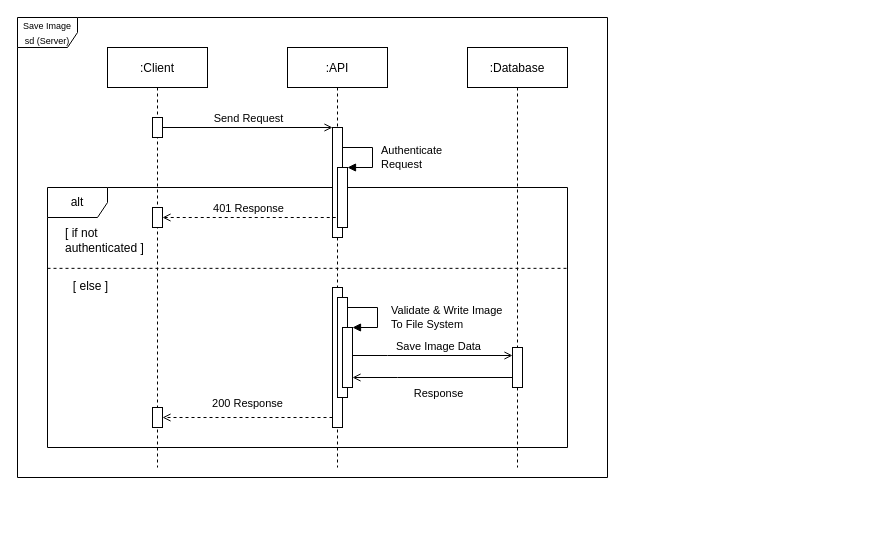
This is Project Docs/Diagrams/Save Image Sequence Diagrams/Server/Save Image Sequence Diagram (Server)(Source).drawio from jgalminas/nma, a draw.io file, before an edit. Source tidied: cells renumbered, new cells numbered last; positions are measured from the earlier drawing's top-left corner, leaving out a move shared by most shapes. Both pictures are drawn from the tidied source at 100%, with x=0, y=0 at pixel (17, 17).
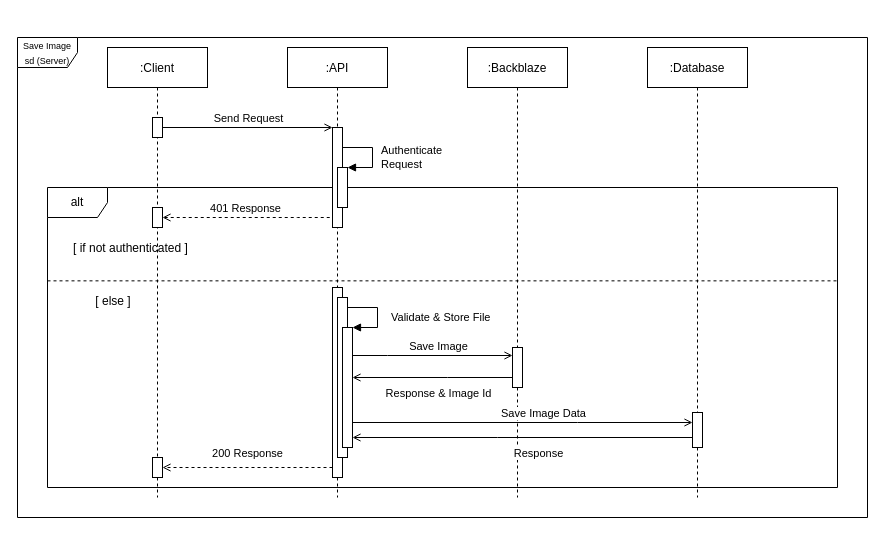
The same page after the edit.

Commit message (it also covers changes not shown here):
Removed unused files & updated Save Drawing sd (server)

Unchanged cells that the change refers to:
```xml
<mxCell id="9" style="points=[];perimeter=orthogonalPerimeter;rounded=0;shadow=0;strokeWidth=1;" parent="7" vertex="1">
  <mxGeometry x="45" y="160" width="10" height="20" as="geometry" />
</mxCell>
<mxCell id="25" style="edgeStyle=orthogonalEdgeStyle;rounded=0;orthogonalLoop=1;jettySize=auto;html=1;endArrow=open;endFill=0;" parent="1" edge="1">
  <mxGeometry relative="1" as="geometry">
    <mxPoint x="335" y="338" as="sourcePoint" />
    <mxPoint x="495" y="338" as="targetPoint" />
    <Array as="points">
      <mxPoint x="370" y="338" />
      <mxPoint x="370" y="338" />
    </Array>
  </mxGeometry>
</mxCell>
```

Diff of the diagram source:
```diff
@@
     <mxCell id="2" style="group;align=left;" parent="1" vertex="1">
-      <mxGeometry x="30" y="170" width="520" height="260" as="geometry" />
+      <mxGeometry x="30" y="170" width="790" height="300" as="geometry" />
     </mxCell>
     <mxCell id="3" style="line;strokeWidth=1;fillColor=none;align=left;verticalAlign=middle;spacingTop=-1;spacingLeft=3;spacingRight=3;labelPosition=right;dashed=1;" parent="2" vertex="1">
-      <mxGeometry y="77" width="520" height="7.7" as="geometry" />
+      <mxGeometry y="88.9" width="790" height="8.9" as="geometry" />
     </mxCell>
     <mxCell id="4" value="alt" style="shape=umlFrame;whiteSpace=wrap;html=1;" parent="2" vertex="1">
-      <mxGeometry width="520" height="260" as="geometry" />
+      <mxGeometry width="790" height="300" as="geometry" />
     </mxCell>
     <mxCell id="5" value="[ if not authenticated ]" style="text;html=1;strokeColor=none;fillColor=none;align=left;verticalAlign=middle;whiteSpace=wrap;rounded=0;dashed=1;" parent="2" vertex="1">
-      <mxGeometry x="16" y="38.5" width="84" height="28.9" as="geometry" />
+      <mxGeometry x="24.3" y="44.4" width="127.6" height="33.3" as="geometry" />
     </mxCell>
     <mxCell id="6" value="[ else ]" style="text;html=1;strokeColor=none;fillColor=none;align=center;verticalAlign=middle;whiteSpace=wrap;rounded=0;dashed=1;" parent="2" vertex="1">
-      <mxGeometry y="84.7" width="86.7" height="28.9" as="geometry" />
+      <mxGeometry y="97.8" width="131.7" height="33.3" as="geometry" />
     </mxCell>
     <mxCell id="7" value=":Client" style="shape=umlLifeline;perimeter=lifelinePerimeter;rounded=0;shadow=0;strokeWidth=1;" parent="1" vertex="1">
-      <mxGeometry x="90" y="30" width="100" height="420" as="geometry" />
+      <mxGeometry x="90" y="30" width="100" height="450" as="geometry" />
     </mxCell>
@@
     <mxCell id="10" style="points=[];perimeter=orthogonalPerimeter;rounded=0;shadow=0;strokeWidth=1;" parent="7" vertex="1">
-      <mxGeometry x="45" y="360" width="10" height="20" as="geometry" />
+      <mxGeometry x="45" y="410" width="10" height="20" as="geometry" />
     </mxCell>
     <mxCell id="11" value=":API" style="shape=umlLifeline;perimeter=lifelinePerimeter;rounded=0;shadow=0;strokeWidth=1;" parent="1" vertex="1">
-      <mxGeometry x="270" y="30" width="100" height="420" as="geometry" />
+      <mxGeometry x="270" y="30" width="100" height="450" as="geometry" />
     </mxCell>
     <mxCell id="12" style="points=[];perimeter=orthogonalPerimeter;rounded=0;shadow=0;strokeWidth=1;" parent="11" vertex="1">
-      <mxGeometry x="45" y="80" width="10" height="110" as="geometry" />
+      <mxGeometry x="45" y="80" width="10" height="100" as="geometry" />
     </mxCell>
     <mxCell id="13" style="html=1;points=[];perimeter=orthogonalPerimeter;" parent="11" vertex="1">
-      <mxGeometry x="50" y="120" width="10" height="60" as="geometry" />
+      <mxGeometry x="50" y="120" width="10" height="40" as="geometry" />
     </mxCell>
@@
     <mxCell id="15" style="html=1;points=[];perimeter=orthogonalPerimeter;align=left;" parent="11" vertex="1">
-      <mxGeometry x="45" y="240" width="10" height="140" as="geometry" />
+      <mxGeometry x="45" y="240" width="10" height="190" as="geometry" />
     </mxCell>
     <mxCell id="16" style="html=1;perimeter=orthogonalPerimeter;align=left;" parent="11" vertex="1">
-      <mxGeometry x="50" y="250" width="10" height="100" as="geometry" />
+      <mxGeometry x="50" y="250" width="10" height="160" as="geometry" />
     </mxCell>
     <mxCell id="17" style="html=1;points=[];perimeter=orthogonalPerimeter;align=left;" parent="11" vertex="1">
-      <mxGeometry x="55" y="280" width="10" height="60" as="geometry" />
+      <mxGeometry x="55" y="280" width="10" height="120" as="geometry" />
     </mxCell>
-    <mxCell id="18" value="Validate &amp;amp; Write Image&lt;br&gt;To File System" style="edgeStyle=orthogonalEdgeStyle;html=1;align=left;spacingLeft=2;endArrow=block;rounded=0;entryX=1;entryY=0;endFill=1;" parent="11" edge="1" target="17">
+    <mxCell id="18" value="Validate &amp;amp; Store File" style="edgeStyle=orthogonalEdgeStyle;html=1;align=left;spacingLeft=2;endArrow=block;rounded=0;entryX=1;entryY=0;endFill=1;" parent="11" edge="1" target="17">
       <mxGeometry x="0.07" y="10" relative="1" as="geometry">
         <mxPoint x="60" y="260" as="sourcePoint" />
         <Array as="points">
           <mxPoint x="90" y="260" />
         </Array>
       </mxGeometry>
     </mxCell>
@@
     <mxCell id="21" value=":Database" style="shape=umlLifeline;perimeter=lifelinePerimeter;rounded=0;shadow=0;strokeWidth=1;" parent="1" vertex="1">
-      <mxGeometry x="450" y="30" width="100" height="420" as="geometry" />
+      <mxGeometry x="630" y="30" width="100" height="450" as="geometry" />
     </mxCell>
     <mxCell id="22" style="points=[];perimeter=orthogonalPerimeter;rounded=0;shadow=0;strokeWidth=1;" parent="21" vertex="1">
-      <mxGeometry x="45" y="300" width="10" height="40" as="geometry" />
+      <mxGeometry x="45" y="365" width="10" height="35" as="geometry" />
     </mxCell>
-    <mxCell id="23" style="edgeStyle=orthogonalEdgeStyle;rounded=0;jettySize=auto;html=1;endArrow=none;endFill=0;startArrow=open;startFill=0;dashed=1;" parent="1" edge="1" source="9" target="13">
+    <mxCell id="23" style="edgeStyle=orthogonalEdgeStyle;rounded=0;jettySize=auto;html=1;endArrow=none;endFill=0;startArrow=open;startFill=0;dashed=1;" parent="1" edge="1" source="9" target="12">
       <mxGeometry relative="1" as="geometry">
         <Array as="points">
-          <mxPoint x="290" y="200" />
-          <mxPoint x="290" y="200" />
+          <mxPoint x="280" y="200" />
+          <mxPoint x="280" y="200" />
         </Array>
       </mxGeometry>
     </mxCell>
@@
-    <mxCell id="26" value="Save Image Data" style="edgeLabel;html=1;align=center;verticalAlign=middle;" parent="25" vertex="1">
+    <mxCell id="26" value="Save Image" style="edgeLabel;html=1;align=center;verticalAlign=middle;" parent="25" vertex="1">
       <mxGeometry x="0.17" relative="1" as="geometry">
         <mxPoint x="-8.1" y="-10" as="offset" />
       </mxGeometry>
     </mxCell>
-    <mxCell id="27" style="edgeStyle=orthogonalEdgeStyle;rounded=0;jettySize=auto;html=1;endArrow=open;endFill=0;" parent="1" edge="1" source="22" target="17">
+    <mxCell id="27" style="edgeStyle=orthogonalEdgeStyle;rounded=0;jettySize=auto;html=1;endArrow=open;endFill=0;" parent="1" edge="1" source="33" target="17">
       <mxGeometry relative="1" as="geometry">
         <Array as="points">
-          <mxPoint x="380" y="360" />
-          <mxPoint x="380" y="360" />
+          <mxPoint x="430" y="360" />
+          <mxPoint x="430" y="360" />
         </Array>
       </mxGeometry>
     </mxCell>
-    <mxCell id="28" value="Response" style="edgeLabel;html=1;align=center;verticalAlign=middle;" parent="27" vertex="1">
+    <mxCell id="28" value="Response &amp;amp; Image Id" style="edgeLabel;html=1;align=center;verticalAlign=middle;" parent="27" vertex="1">
       <mxGeometry x="-0.11" y="1" relative="1" as="geometry">
         <mxPoint x="-3.3" y="14" as="offset" />
       </mxGeometry>
     </mxCell>
     <mxCell id="29" style="edgeStyle=orthogonalEdgeStyle;rounded=0;jettySize=auto;html=1;endArrow=open;endFill=0;dashed=1;" parent="1" edge="1" source="15" target="10">
       <mxGeometry relative="1" as="geometry">
         <Array as="points">
-          <mxPoint x="280" y="400" />
-          <mxPoint x="280" y="400" />
+          <mxPoint x="210" y="450" />
+          <mxPoint x="210" y="450" />
         </Array>
       </mxGeometry>
     </mxCell>
@@
     <mxCell id="31" value="&lt;font style=&quot;font-size: 9px&quot;&gt;Save Image sd (Server)&lt;/font&gt;" style="shape=umlFrame;whiteSpace=wrap;html=1;" parent="1" vertex="1">
-      <mxGeometry width="590" height="460" as="geometry" />
+      <mxGeometry y="20" width="850" height="480" as="geometry" />
     </mxCell>
+    <mxCell id="32" value=":Backblaze" style="shape=umlLifeline;perimeter=lifelinePerimeter;rounded=0;shadow=0;strokeWidth=1;" parent="1" vertex="1">
+      <mxGeometry x="450" y="30" width="100" height="450" as="geometry" />
+    </mxCell>
+    <mxCell id="33" style="points=[];perimeter=orthogonalPerimeter;rounded=0;shadow=0;strokeWidth=1;" parent="32" vertex="1">
+      <mxGeometry x="45" y="300" width="10" height="40" as="geometry" />
+    </mxCell>
+    <mxCell id="34" style="edgeStyle=orthogonalEdgeStyle;rounded=0;jettySize=auto;html=1;endArrow=open;endFill=0;" parent="1" edge="1" source="17" target="22">
+      <mxGeometry relative="1" as="geometry">
+        <Array as="points">
+          <mxPoint x="560" y="405" />
+          <mxPoint x="560" y="405" />
+        </Array>
+      </mxGeometry>
+    </mxCell>
+    <mxCell id="35" value="Save Image Data" style="edgeLabel;html=1;align=center;verticalAlign=middle;" parent="34" vertex="1">
+      <mxGeometry x="0.17" relative="1" as="geometry">
+        <mxPoint x="-8.1" y="-10" as="offset" />
+      </mxGeometry>
+    </mxCell>
+    <mxCell id="36" style="edgeStyle=orthogonalEdgeStyle;rounded=0;jettySize=auto;html=1;endArrow=open;endFill=0;" parent="1" edge="1" source="22" target="17">
+      <mxGeometry relative="1" as="geometry">
+        <Array as="points">
+          <mxPoint x="480" y="420" />
+          <mxPoint x="480" y="420" />
+        </Array>
+      </mxGeometry>
+    </mxCell>
+    <mxCell id="37" value="Response" style="edgeLabel;html=1;align=center;verticalAlign=middle;" parent="36" vertex="1">
+      <mxGeometry x="-0.11" y="1" relative="1" as="geometry">
+        <mxPoint x="-3.3" y="14" as="offset" />
+      </mxGeometry>
+    </mxCell>
```
